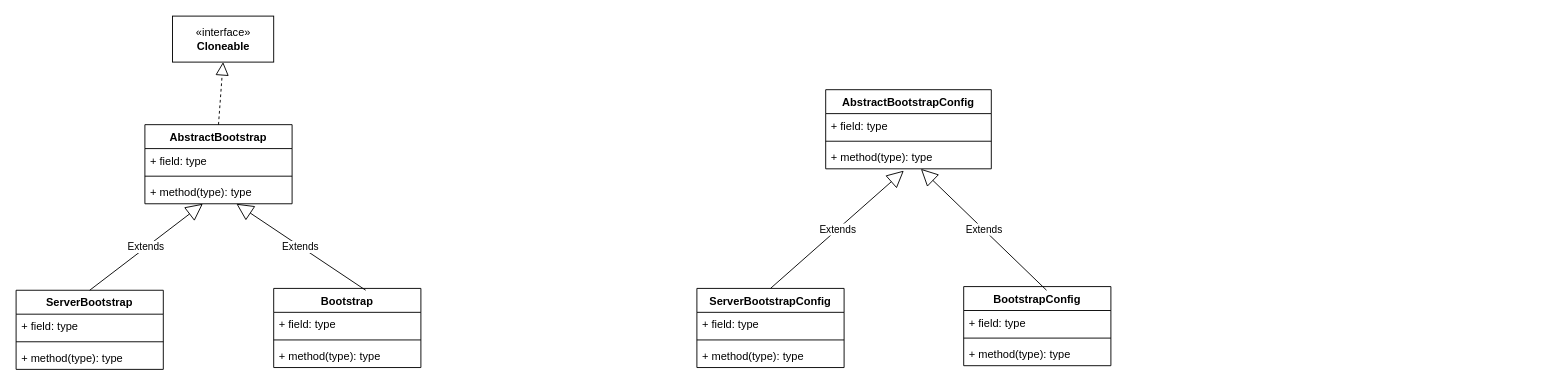
Before: page "bootstrap" (2 of 11) of netty.drawio in tadsimons/draw, a draw.io diagram. Source tidied: cells renumbered, new cells numbered last; positions are measured from the earlier drawing's top-left corner, leaving out a move shared by most shapes. Both pictures are drawn from the tidied source at 92%, with x=0, y=0 at pixel (16, 16).
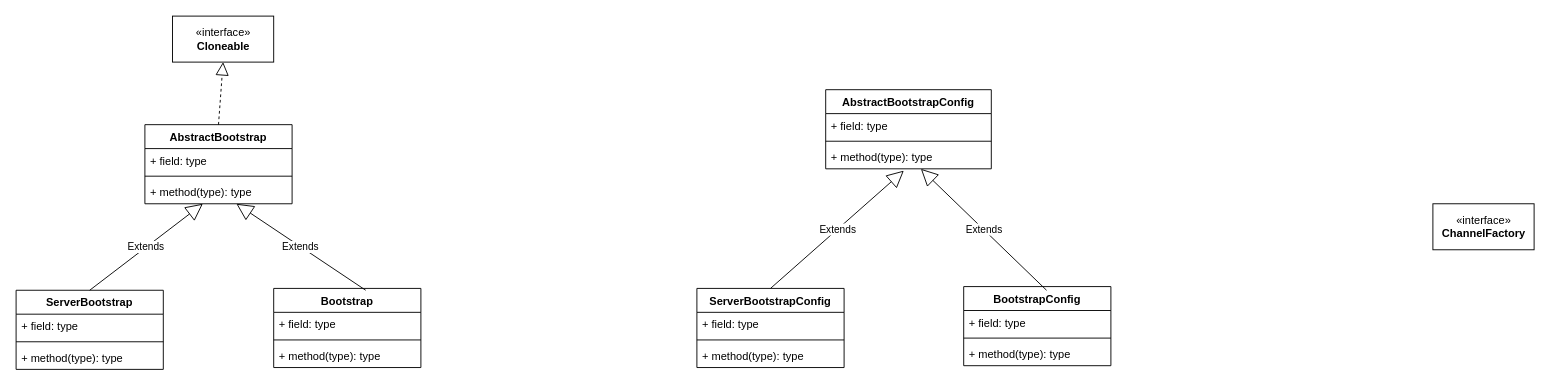
After the change.

The edit, as a diff of the source:
```diff
@@
+    <mxCell id="32" value="«interface»&lt;br&gt;&lt;b&gt;ChannelFactory&lt;/b&gt;" style="html=1;fillColor=#FFFFFF;" parent="1" vertex="1">
+      <mxGeometry x="1540" y="204" width="110" height="50" as="geometry" />
+    </mxCell>
```
